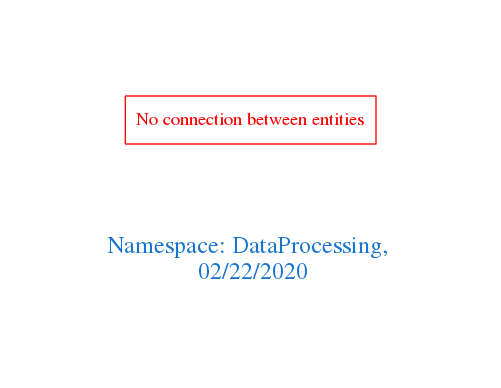
The Graphviz diagram downloads/DataProcessing.png in arago/OGIT, before a commit. Its source is kept beside it as downloads/DataProcessing.dot.
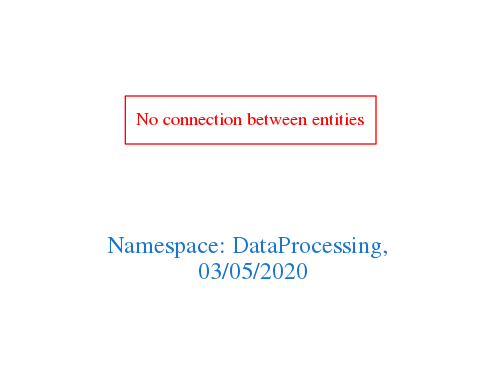
The same file after the commit.

Change to the diagram source:
```diff
@@ -1,7 +1,7 @@
 digraph OGIT_ontology {
  graph [ rankdir= LR,pad=1
 fontsize = 18,
-fontcolor= dodgerblue3,label = "\n\n\nNamespace: DataProcessing, \n 02/22/2020"];
+fontcolor= dodgerblue3,label = "\n\n\nNamespace: DataProcessing, \n 03/05/2020"];
 node[shape=polygon];
 edge [  color="gray81"];
 
```
